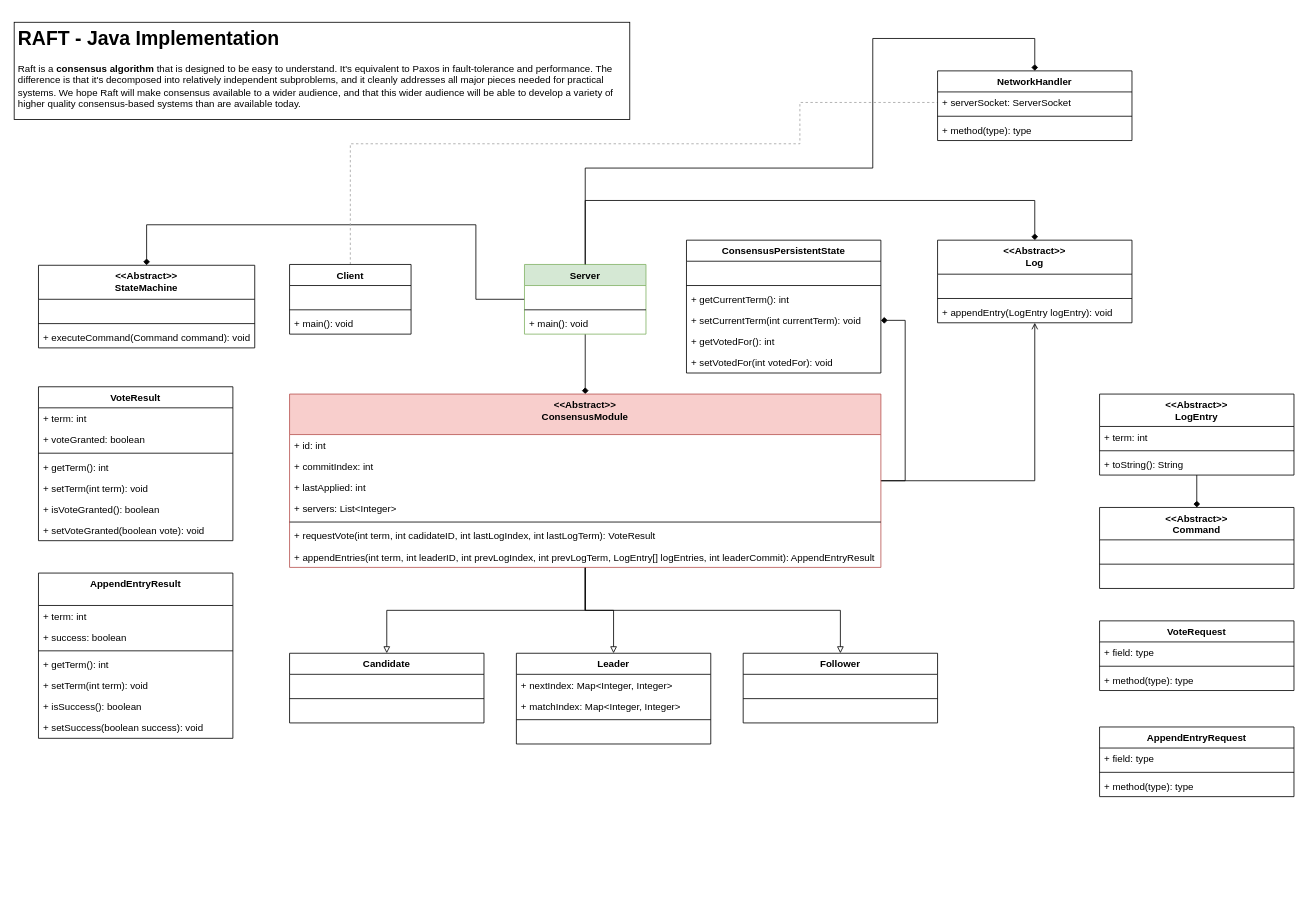
Above: Notes/RAFT - Java.drawio in GiovanniBaccichet/RAFT (draw.io), before the change. Source tidied: cells renumbered, new cells numbered last; positions are measured from the earlier drawing's top-left corner, leaving out a move shared by most shapes. Both pictures are drawn from the tidied source at 81%, with x=0, y=0 at pixel (14, 22).
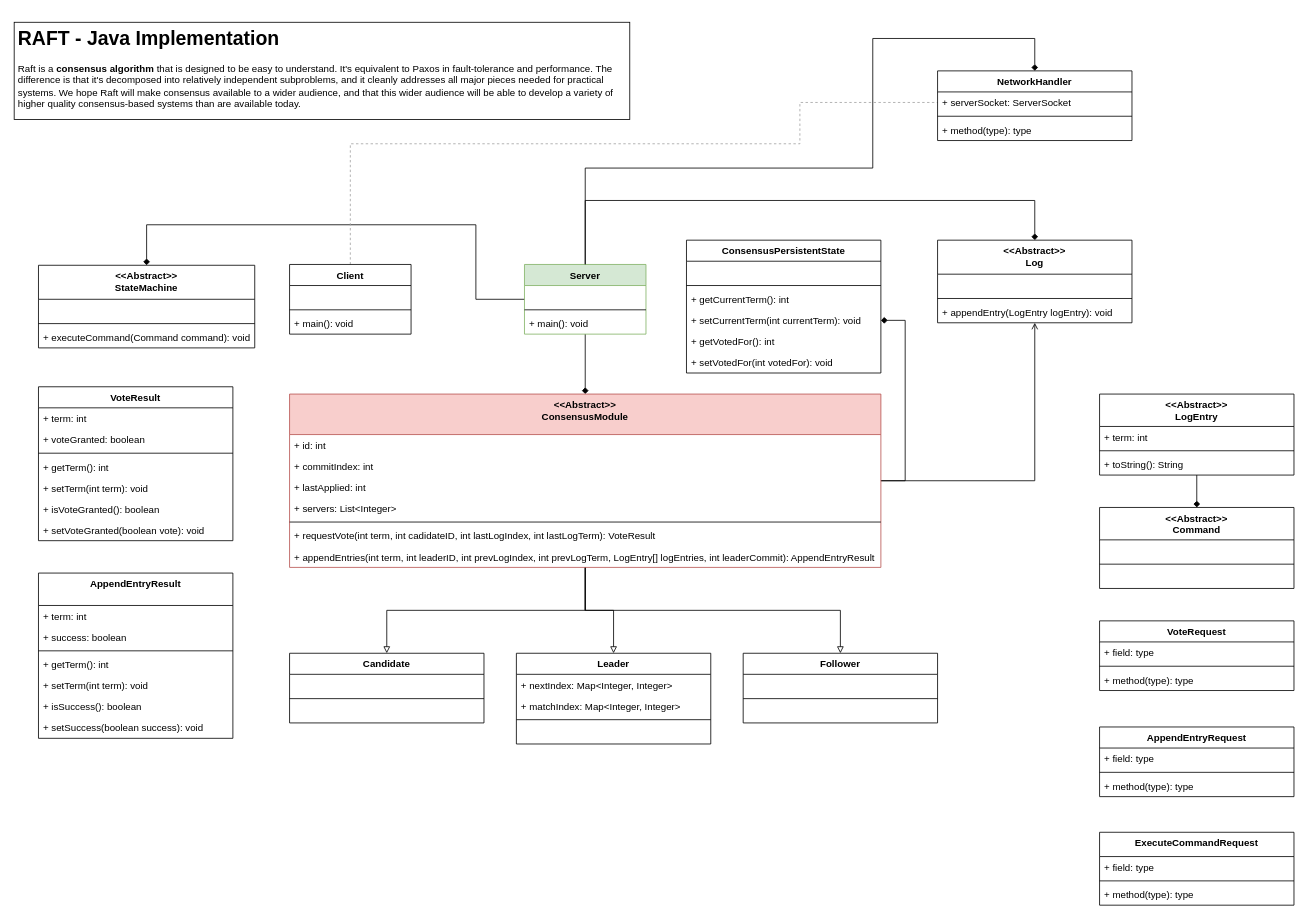
The same diagram, later.

Commit message (it also covers changes not shown here):
Classes and UML

The edit, as a diff of the source:
```diff
@@
+    <mxCell id="94" value="ExecuteCommandRequest" style="swimlane;fontStyle=1;align=center;verticalAlign=top;horizontal=1;startSize=30;" parent="1" vertex="1">
+      <mxGeometry x="1340" y="1000" width="240" height="90" as="geometry" />
+    </mxCell>
+    <mxCell id="95" value="+ field: type" style="text;strokeColor=none;fillColor=none;align=left;verticalAlign=top;spacingLeft=4;spacingRight=4;overflow=hidden;" parent="94" vertex="1">
+      <mxGeometry y="30" width="240" height="26" as="geometry" />
+    </mxCell>
+    <mxCell id="96" style="line;strokeWidth=1;fillColor=none;align=left;verticalAlign=middle;spacingTop=-1;spacingLeft=3;spacingRight=3;labelPosition=right;" parent="94" vertex="1">
+      <mxGeometry y="56" width="240" height="8" as="geometry" />
+    </mxCell>
+    <mxCell id="97" value="+ method(type): type" style="text;strokeColor=none;fillColor=none;align=left;verticalAlign=top;spacingLeft=4;spacingRight=4;overflow=hidden;" parent="94" vertex="1">
+      <mxGeometry y="64" width="240" height="26" as="geometry" />
+    </mxCell>
```
